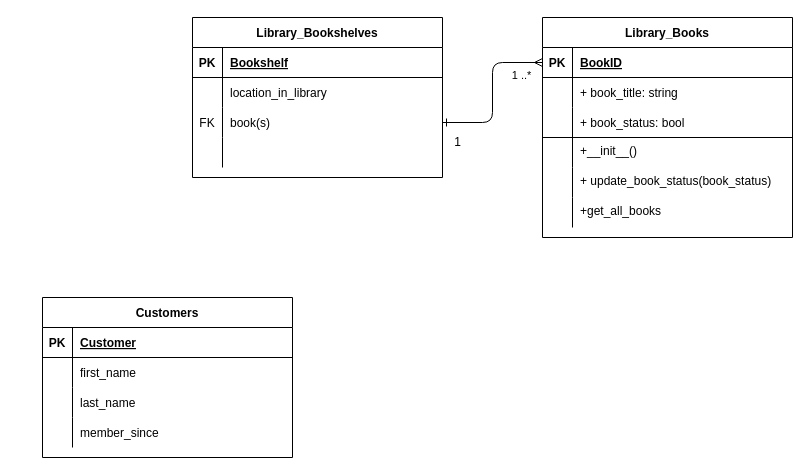
The draw.io diagram GWC_autodesk/GWC.drawio in NotNanetteKaye/Week23-BEYONDFLEX, before the edit. Source tidied: cells renumbered, new cells numbered last; positions are measured from the earlier drawing's top-left corner, leaving out a move shared by most shapes. Both pictures are drawn from the tidied source at 100%, with x=0, y=0 at pixel (42, 17).
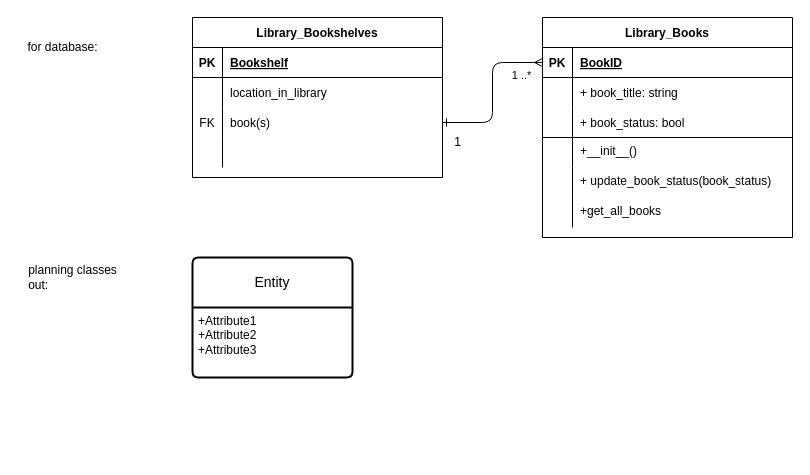
The same diagram, later.

Commit message:
Organzied GWC.drawio to have graph for database & another for classes

Change to the diagram source:
```diff
@@
-    <mxCell id="37" value="Customers" style="shape=table;startSize=30;childLayout=tableLayout;rowLines=0;fontStyle=1;align=center;" parent="1" vertex="1">
-      <mxGeometry y="280" width="250" height="160" as="geometry" />
-    </mxCell>
-    <mxCell id="38" style="shape=partialRectangle;fillColor=none;top=0;left=0;right=0;bottom=1;" parent="37" vertex="1">
-      <mxGeometry y="30" width="250" height="30" as="geometry" />
-    </mxCell>
-    <mxCell id="39" value="PK" style="shape=partialRectangle;overflow=hidden;fillColor=none;top=0;left=0;bottom=0;right=0;fontStyle=1;" parent="38" vertex="1">
-      <mxGeometry width="30" height="30" as="geometry" />
-    </mxCell>
-    <mxCell id="40" value="Customer" style="shape=partialRectangle;overflow=hidden;fillColor=none;top=0;left=0;bottom=0;right=0;align=left;spacingLeft=6;fontStyle=5;" parent="38" vertex="1">
-      <mxGeometry x="30" width="220" height="30" as="geometry" />
-    </mxCell>
-    <mxCell id="41" style="shape=partialRectangle;fillColor=none;top=0;left=0;right=0;bottom=0;" parent="37" vertex="1">
-      <mxGeometry y="60" width="250" height="30" as="geometry" />
-    </mxCell>
-    <mxCell id="42" style="shape=partialRectangle;overflow=hidden;fillColor=none;top=0;left=0;bottom=0;right=0;" parent="41" vertex="1">
-      <mxGeometry width="30" height="30" as="geometry" />
-    </mxCell>
-    <mxCell id="43" value="first_name" style="shape=partialRectangle;overflow=hidden;fillColor=none;top=0;left=0;bottom=0;right=0;align=left;spacingLeft=6;" parent="41" vertex="1">
-      <mxGeometry x="30" width="220" height="30" as="geometry" />
-    </mxCell>
-    <mxCell id="44" style="shape=partialRectangle;fillColor=none;top=0;left=0;right=0;bottom=0;" parent="37" vertex="1">
-      <mxGeometry y="90" width="250" height="30" as="geometry" />
-    </mxCell>
-    <mxCell id="45" style="shape=partialRectangle;overflow=hidden;fillColor=none;top=0;left=0;bottom=0;right=0;" parent="44" vertex="1">
-      <mxGeometry width="30" height="30" as="geometry" />
-    </mxCell>
-    <mxCell id="46" value="last_name" style="shape=partialRectangle;overflow=hidden;fillColor=none;top=0;left=0;bottom=0;right=0;align=left;spacingLeft=6;" parent="44" vertex="1">
-      <mxGeometry x="30" width="220" height="30" as="geometry" />
-    </mxCell>
-    <mxCell id="47" style="shape=partialRectangle;fillColor=none;top=0;left=0;right=0;bottom=0;" parent="37" vertex="1">
-      <mxGeometry y="120" width="250" height="30" as="geometry" />
-    </mxCell>
-    <mxCell id="48" style="shape=partialRectangle;overflow=hidden;fillColor=none;top=0;left=0;bottom=0;right=0;" parent="47" vertex="1">
-      <mxGeometry width="30" height="30" as="geometry" />
-    </mxCell>
-    <mxCell id="49" value="member_since" style="shape=partialRectangle;overflow=hidden;fillColor=none;top=0;left=0;bottom=0;right=0;align=left;spacingLeft=6;" parent="47" vertex="1">
-      <mxGeometry x="30" width="220" height="30" as="geometry" />
-    </mxCell>
@@
+    <mxCell id="51" value="for database:" style="text;html=1;align=center;verticalAlign=middle;strokeColor=none;fillColor=none;" parent="1" vertex="1">
+      <mxGeometry x="-25" y="15" width="90" height="30" as="geometry" />
+    </mxCell>
+    <mxCell id="52" value="planning classes&lt;br&gt;&lt;div style=&quot;text-align: left;&quot;&gt;&lt;span style=&quot;background-color: initial;&quot;&gt;out:&lt;/span&gt;&lt;/div&gt;" style="text;html=1;align=center;verticalAlign=middle;strokeColor=none;fillColor=none;" parent="1" vertex="1">
+      <mxGeometry x="-25" y="240" width="110" height="40" as="geometry" />
+    </mxCell>
+    <mxCell id="53" value="Entity" style="swimlane;horizontal=1;startSize=50;rounded=1;fontSize=14;fontStyle=0;strokeWidth=2;shadow=0;dashed=0;align=center;arcSize=4;whiteSpace=wrap;html=1;" parent="1" vertex="1">
+      <mxGeometry x="150" y="240" width="160" height="120" as="geometry" />
+    </mxCell>
+    <mxCell id="54" value="+Attribute1&#10;+Attribute2&#10;+Attribute3" style="align=left;strokeColor=none;fillColor=none;spacingLeft=4;fontSize=12;verticalAlign=top;html=1;" parent="53" vertex="1">
+      <mxGeometry y="50" width="160" height="70" as="geometry" />
+    </mxCell>
```
